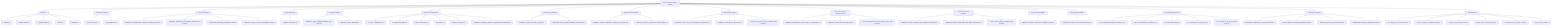
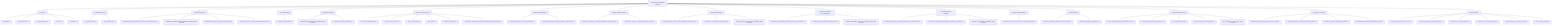
graph TD
    root["ToneSoul Documentation Authority"]
    root --> entrypoints["Entry Points"]
    entrypoints --> entrypoints_1["README.md"]
    entrypoints --> entrypoints_2["README.zh-TW.md"]
    entrypoints --> entrypoints_3["AI_ONBOARDING.md"]
    entrypoints --> entrypoints_4["INDEX.md"]
    entrypoints --> entrypoints_5["README.md"]
    root --> ai_operational_guides["AI Operational Guides"]
    ai_operational_guides --> ai_operational_guides_1["AI_QUICKSTART.md"]
    ai_operational_guides --> ai_operational_guides_2["AI_REFERENCE.md"]
    root --> canonical_architecture["Canonical Architecture"]
    canonical_architecture --> canonical_architecture_1["TONESOUL_EXTERNALIZED_COGNITIVE_ARCHITECTURE.md"]
    canonical_architecture --> canonical_architecture_2["TONESOUL_ARCHITECTURE_MEMORY_ANCHOR_2026-03-22.md"]
    canonical_architecture --> canonical_architecture_3["KNOWLEDGE_SURFACES_BOUNDARY_MAP.md"]
    canonical_architecture --> canonical_architecture_4["TONESOUL_EIGHT_LAYER_CONVERGENCE_MAP.md"]
    root --> deep_system_maps["Deep System Maps"]
    deep_system_maps --> deep_system_maps_1["TONESOUL_ANATOMY.md"]
    root --> interpretive_readings["Interpretive Readings"]
    interpretive_readings --> interpretive_readings_1["TONESOUL_DEEP_READING_ANCHOR_2026-03-26.md"]
    interpretive_readings --> interpretive_readings_2["TONESOUL_CODEX_READING.md"]
    root --> governance_execution["Governance And Execution"]
    governance_execution --> governance_execution_1["7D_AUDIT_FRAMEWORK.md"]
    governance_execution --> governance_execution_2["7D_EXECUTION_SPEC.md"]
    governance_execution --> governance_execution_3["AUDIT_CONTRACT.md"]
    governance_execution --> governance_execution_4["API_SPEC.md"]
    governance_execution --> governance_execution_5["COUNCIL_RUNTIME.md"]
    governance_execution --> governance_execution_6["TONESOUL_SHARED_R_MEMORY_OPERATIONS_CONTRACT.md"]
    root --> claim_authority_distillation["Claim Authority Distillation"]
    claim_authority_distillation --> claim_authority_distillation_1["TONESOUL_CLAIM_AUTHORITY_MATRIX.md"]
    claim_authority_distillation --> claim_authority_distillation_2["TONESOUL_LAW_RUNTIME_BOUNDARY_CONTRACT.md"]
    root --> subject_refresh_boundaries["Subject Refresh Boundaries"]
    subject_refresh_boundaries --> subject_refresh_boundaries_1["TONESOUL_SUBJECT_REFRESH_BOUNDARY_CONTRACT.md"]
    subject_refresh_boundaries --> subject_refresh_boundaries_2["TONESOUL_SUBJECT_SNAPSHOT_FIELD_LANES.md"]
    root --> control_plane_discipline["Control Plane Discipline"]
    control_plane_discipline --> control_plane_discipline_1["TONESOUL_TASK_TRACK_AND_READINESS_CONTRACT.md"]
    control_plane_discipline --> control_plane_discipline_2["TONESOUL_PLAN_DELTA_CONTRACT.md"]
    control_plane_discipline --> control_plane_discipline_3["tonesoul_control_plane_followup_candidates_2026-03-28.md"]
    root --> observable_shell_and_axiom_boundaries["Observable-Shell And Axiom Boundaries"]
    observable_shell_and_axiom_boundaries --> observable_shell_and_axiom_boundaries_1["TONESOUL_OBSERVABLE_SHELL_OPACITY_CONTRACT.md"]
    observable_shell_and_axiom_boundaries --> observable_shell_and_axiom_boundaries_2["TONESOUL_AXIOM_FALSIFICATION_MAP.md"]
    observable_shell_and_axiom_boundaries --> observable_shell_and_axiom_boundaries_3["tonesoul_observability_and_axiom_adoption_review_2026-03-28.md"]
    root --> council_deliberation_discipline["Council Deliberation Discipline"]
    council_deliberation_discipline --> council_deliberation_discipline_1["TONESOUL_COUNCIL_DOSSIER_AND_DISSENT_CONTRACT.md"]
    council_deliberation_discipline --> council_deliberation_discipline_2["TONESOUL_ADAPTIVE_DELIBERATION_MODE_CONTRACT.md"]
    council_deliberation_discipline --> council_deliberation_discipline_3["tonesoul_council_followup_candidates_2026-03-28.md"]
    root --> context_continuity_adoption["Context Continuity Adoption"]
    context_continuity_adoption --> context_continuity_adoption_1["TONESOUL_CONTEXT_CONTINUITY_ADOPTION_MAP.md"]
-     root --> prompt_discipline_skeleton["Prompt Discipline Skeleton"]
+     root --> prompt_discipline_skeleton["Prompt Discipline"]
    prompt_discipline_skeleton --> prompt_discipline_skeleton_1["TONESOUL_PROMPT_DISCIPLINE_SKELETON.md"]
+     prompt_discipline_skeleton --> prompt_discipline_skeleton_2["TONESOUL_PROMPT_VARIANTS.md"]
    root --> doc_governance["Documentation Governance"]
    doc_governance --> doc_governance_1["DOCS_INFORMATION_ARCHITECTURE_v1.md"]
    doc_governance --> doc_governance_2["DOCS_CLASSIFICATION_LEDGER_v1.md"]
    doc_governance --> doc_governance_3["FILE_PURPOSE_MAP.md"]
    doc_governance --> doc_governance_4["doc_convergence_inventory_latest.json"]
    doc_governance --> doc_governance_5["doc_convergence_cleanup_plan_2026-03-22.md"]
    root --> convergence_contracts["Convergence Contracts"]
    convergence_contracts --> convergence_contracts_1["BASENAME_DIVERGENCE_DISTILLATION_MAP.md"]
    convergence_contracts --> convergence_contracts_2["PRIVATE_MEMORY_SHADOW_BOUNDARY_MAP.md"]
    convergence_contracts --> convergence_contracts_3["PARADOX_FIXTURE_OWNERSHIP_MAP.md"]
    convergence_contracts --> convergence_contracts_4["ENGINEERING_MIRROR_OWNERSHIP_MAP.md"]
    root --> generated_status["Generated Status"]
    generated_status --> generated_status_1["doc_convergence_inventory_latest.json"]
    generated_status --> generated_status_2["basename_divergence_distillation_latest.json"]
    generated_status --> generated_status_3["private_memory_shadow_latest.json"]
    generated_status --> generated_status_4["paradox_fixture_ownership_latest.json"]
    generated_status --> generated_status_5["engineering_mirror_ownership_latest.json"]
    generated_status --> generated_status_6["claim_authority_latest.json"]
